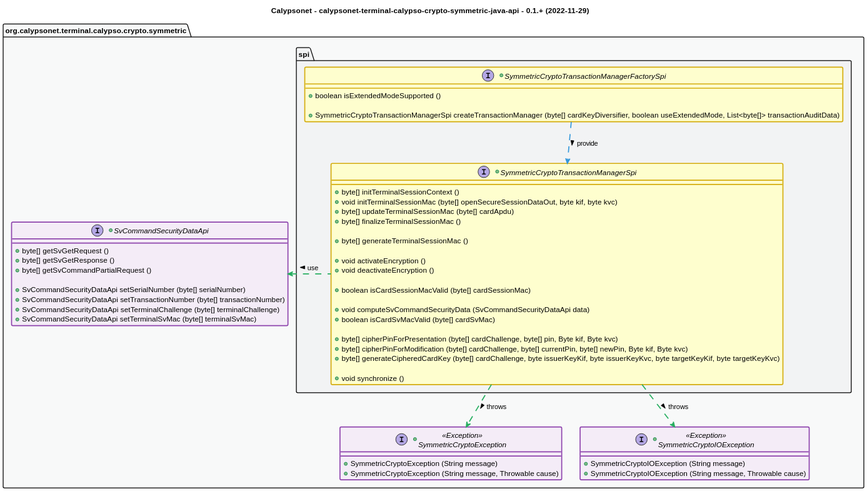
The PlantUML diagram 0.1.0-SNAPSHOT/api_class_diagram.svg in calypsonet/calypsonet-terminal-calypso-crypto-symmetric-uml-api, before a commit.
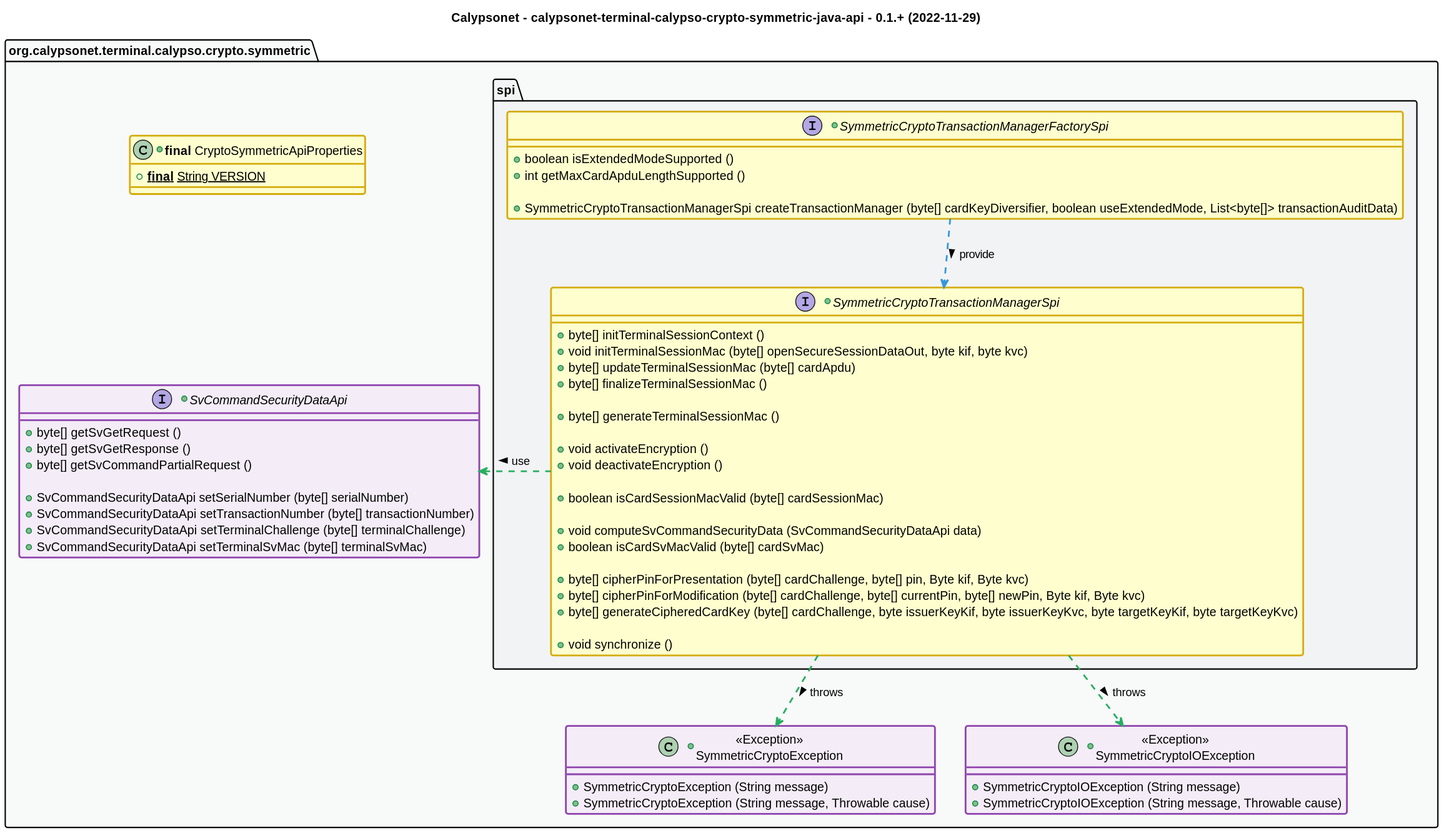
After the change.

What changed in the source:
```diff
@@ -41,9 +41,13 @@
 
 
 package "org.calypsonet.terminal.calypso.crypto.symmetric" as api {
+    +class "**final** CryptoSymmetricApiProperties" as ApiProperties {
+        +{static} **final** String VERSION
+    }
     package spi {
         +interface SymmetricCryptoTransactionManagerFactorySpi {
             +boolean isExtendedModeSupported ()
+            +int getMaxCardApduLengthSupported ()
 
             +SymmetricCryptoTransactionManagerSpi createTransactionManager (byte[] cardKeyDiversifier, boolean useExtendedMode, List<byte[]> transactionAuditData)
         }
@@ -88,7 +92,6 @@
         +SvCommandSecurityDataApi setTerminalChallenge (byte[] terminalChallenge)
         +SvCommandSecurityDataApi setTerminalSvMac (byte[] terminalSvMac)
     }
-
 }
 
 
@@ -105,7 +108,7 @@
 package spi #C_GREY2 {}
 
 interface SvCommandSecurityDataApi <<purple>>
-interface SymmetricCryptoException <<purple>>
-interface SymmetricCryptoIOException <<purple>>
+class SymmetricCryptoException <<purple>>
+class SymmetricCryptoIOException <<purple>>
 
 @enduml
```
